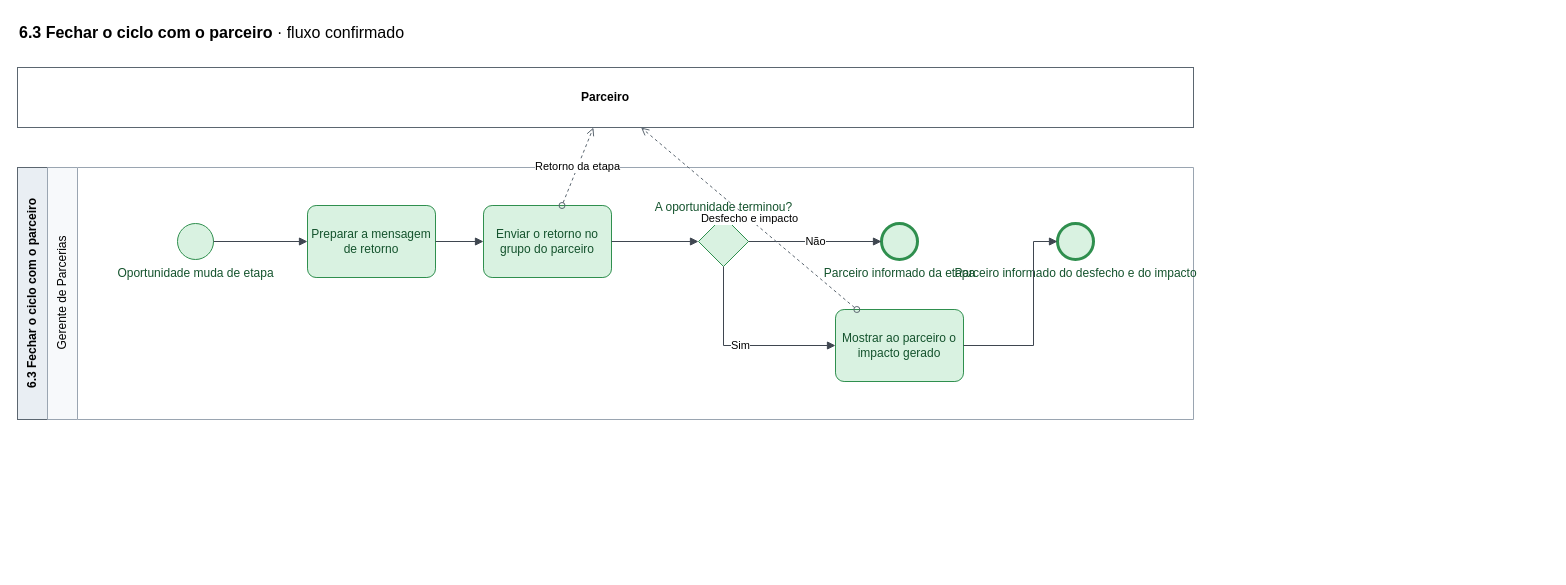
Above: page "6.3 Fechar o ciclo com o parceiro" (12 of 19) of mapeamentos/wise-partners-to-be/saidas/mapa.drawio in Guilherme-MFaccin/Wise-Partners (draw.io), before the change. Source tidied: cells renumbered, new cells numbered last; positions are measured from the earlier drawing's top-left corner, leaving out a move shared by most shapes. Both pictures are drawn from the tidied source at 100%, with x=0, y=0 at pixel (17, 17).
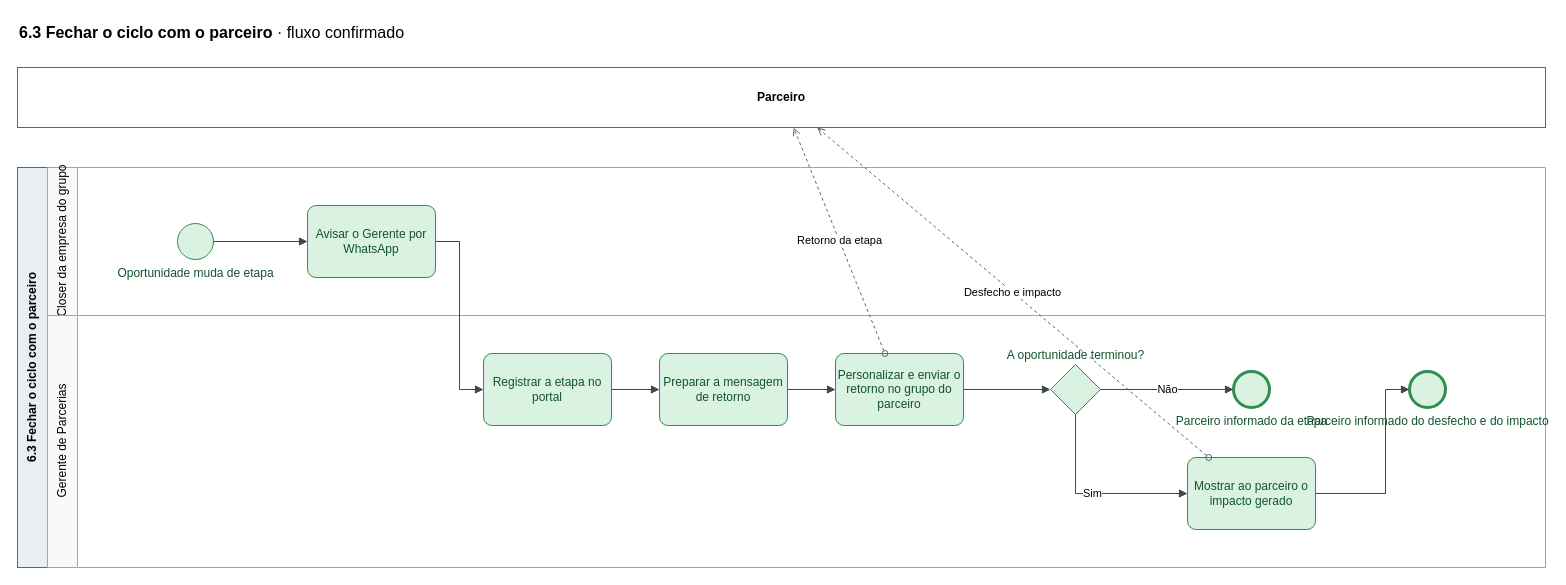
The same diagram, later.

The change refers to these unchanged cells:
```xml
<mxCell id="6" value="Oportunidade muda de etapa" style="ellipse;html=1;fillColor=#D9F2E1;strokeColor=#2F8F4E;fontColor=#14532D;verticalLabelPosition=bottom;verticalAlign=top;labelPosition=center;align=center;" parent="1" vertex="1">
  <mxGeometry x="160" y="206" width="36" height="36" as="geometry" />
</mxCell>
```

The edit, as a diff of the source:
```diff
@@
     <mxCell id="3" value="Parceiro" style="rounded=0;whiteSpace=wrap;html=1;fillColor=#FFFFFF;strokeColor=#5B6670;fontStyle=1;" parent="1" vertex="1">
-      <mxGeometry y="50" width="1176" height="60" as="geometry" />
+      <mxGeometry y="50" width="1528" height="60" as="geometry" />
     </mxCell>
     <mxCell id="4" value="6.3 Fechar o ciclo com o parceiro" style="rounded=0;whiteSpace=wrap;html=1;horizontal=0;fillColor=#E9EEF3;strokeColor=#5B6670;fontStyle=1;" parent="1" vertex="1">
-      <mxGeometry y="150" width="30" height="252" as="geometry" />
+      <mxGeometry y="150" width="30" height="400" as="geometry" />
     </mxCell>
-    <mxCell id="5" value="Gerente de Parcerias" style="swimlane;horizontal=0;startSize=30;html=1;fillColor=#F7F9FB;swimlaneFillColor=#FFFFFF;strokeColor=#9AA5B1;fontStyle=0;" parent="1" vertex="1">
-      <mxGeometry x="30" y="150" width="1146" height="252" as="geometry" />
+    <mxCell id="5" value="Closer da empresa do grupo" style="swimlane;horizontal=0;startSize=30;html=1;fillColor=#F7F9FB;swimlaneFillColor=#FFFFFF;strokeColor=#9AA5B1;fontStyle=0;" parent="1" vertex="1">
+      <mxGeometry x="30" y="150" width="1498" height="148" as="geometry" />
     </mxCell>
+    <mxCell id="13" value="Gerente de Parcerias" style="swimlane;horizontal=0;startSize=30;html=1;fillColor=#F7F9FB;swimlaneFillColor=#FFFFFF;strokeColor=#9AA5B1;fontStyle=0;" parent="1" vertex="1">
+      <mxGeometry x="30" y="298" width="1498" height="252" as="geometry" />
+    </mxCell>
@@
+    <mxCell id="21" value="Avisar o Gerente por WhatsApp" style="rounded=1;whiteSpace=wrap;html=1;arcSize=12;fillColor=#D9F2E1;strokeColor=#2F8F4E;fontColor=#14532D;" parent="1" vertex="1">
+      <mxGeometry x="290" y="188" width="128" height="72" as="geometry" />
+    </mxCell>
-    <mxCell id="7" value="Preparar a mensagem de retorno" style="rounded=1;whiteSpace=wrap;html=1;arcSize=12;fillColor=#D9F2E1;strokeColor=#2F8F4E;fontColor=#14532D;" parent="1" vertex="1">
-      <mxGeometry x="290" y="188" width="128" height="72" as="geometry" />
+    <mxCell id="7" value="Registrar a etapa no portal" style="rounded=1;whiteSpace=wrap;html=1;arcSize=12;fillColor=#D9F2E1;strokeColor=#2F8F4E;fontColor=#14532D;" parent="1" vertex="1">
+      <mxGeometry x="466" y="336" width="128" height="72" as="geometry" />
     </mxCell>
-    <mxCell id="8" value="Enviar o retorno no grupo do parceiro" style="rounded=1;whiteSpace=wrap;html=1;arcSize=12;fillColor=#D9F2E1;strokeColor=#2F8F4E;fontColor=#14532D;" parent="1" vertex="1">
-      <mxGeometry x="466" y="188" width="128" height="72" as="geometry" />
+    <mxCell id="8" value="Preparar a mensagem de retorno" style="rounded=1;whiteSpace=wrap;html=1;arcSize=12;fillColor=#D9F2E1;strokeColor=#2F8F4E;fontColor=#14532D;" parent="1" vertex="1">
+      <mxGeometry x="642" y="336" width="128" height="72" as="geometry" />
     </mxCell>
+    <mxCell id="10" value="Personalizar e enviar o retorno no grupo do parceiro" style="rounded=1;whiteSpace=wrap;html=1;arcSize=12;fillColor=#D9F2E1;strokeColor=#2F8F4E;fontColor=#14532D;" parent="1" vertex="1">
+      <mxGeometry x="818" y="336" width="128" height="72" as="geometry" />
+    </mxCell>
     <mxCell id="9" value="A oportunidade terminou?" style="rhombus;html=1;fillColor=#D9F2E1;strokeColor=#2F8F4E;fontColor=#14532D;verticalLabelPosition=top;verticalAlign=bottom;labelPosition=center;align=center;" parent="1" vertex="1">
-      <mxGeometry x="681" y="199" width="50" height="50" as="geometry" />
+      <mxGeometry x="1033" y="347" width="50" height="50" as="geometry" />
     </mxCell>
-    <mxCell id="10" value="Mostrar ao parceiro o impacto gerado" style="rounded=1;whiteSpace=wrap;html=1;arcSize=12;fillColor=#D9F2E1;strokeColor=#2F8F4E;fontColor=#14532D;" parent="1" vertex="1">
-      <mxGeometry x="818" y="292" width="128" height="72" as="geometry" />
-    </mxCell>
+    <mxCell id="22" value="Mostrar ao parceiro o impacto gerado" style="rounded=1;whiteSpace=wrap;html=1;arcSize=12;fillColor=#D9F2E1;strokeColor=#2F8F4E;fontColor=#14532D;" parent="1" vertex="1">
+      <mxGeometry x="1170" y="440" width="128" height="72" as="geometry" />
+    </mxCell>
     <mxCell id="11" value="Parceiro informado da etapa" style="ellipse;html=1;strokeWidth=3;fillColor=#D9F2E1;strokeColor=#2F8F4E;fontColor=#14532D;verticalLabelPosition=bottom;verticalAlign=top;labelPosition=center;align=center;" parent="1" vertex="1">
-      <mxGeometry x="864" y="206" width="36" height="36" as="geometry" />
+      <mxGeometry x="1216" y="354" width="36" height="36" as="geometry" />
     </mxCell>
     <mxCell id="12" value="Parceiro informado do desfecho e do impacto" style="ellipse;html=1;strokeWidth=3;fillColor=#D9F2E1;strokeColor=#2F8F4E;fontColor=#14532D;verticalLabelPosition=bottom;verticalAlign=top;labelPosition=center;align=center;" parent="1" vertex="1">
-      <mxGeometry x="1040" y="206" width="36" height="36" as="geometry" />
+      <mxGeometry x="1392" y="354" width="36" height="36" as="geometry" />
     </mxCell>
-    <mxCell id="13" style="edgeStyle=orthogonalEdgeStyle;rounded=0;html=1;endArrow=block;endFill=1;strokeColor=#3F4650;" parent="1" edge="1" source="6" target="7">
-      <mxGeometry relative="1" as="geometry" />
-    </mxCell>
-    <mxCell id="14" style="edgeStyle=orthogonalEdgeStyle;rounded=0;html=1;endArrow=block;endFill=1;strokeColor=#3F4650;" parent="1" edge="1" source="7" target="8">
+    <mxCell id="14" style="edgeStyle=orthogonalEdgeStyle;rounded=0;html=1;endArrow=block;endFill=1;strokeColor=#3F4650;" parent="1" edge="1" source="6" target="21">
       <mxGeometry relative="1" as="geometry" />
     </mxCell>
-    <mxCell id="15" style="edgeStyle=orthogonalEdgeStyle;rounded=0;html=1;endArrow=block;endFill=1;strokeColor=#3F4650;" parent="1" edge="1" source="8" target="9">
-      <mxGeometry relative="1" as="geometry" />
+    <mxCell id="15" style="edgeStyle=orthogonalEdgeStyle;rounded=0;html=1;endArrow=block;endFill=1;strokeColor=#3F4650;" parent="1" edge="1" source="21" target="7">
+      <mxGeometry relative="1" as="geometry">
+        <Array as="points">
+          <mxPoint x="442" y="224" />
+          <mxPoint x="442" y="372" />
+        </Array>
+      </mxGeometry>
     </mxCell>
-    <mxCell id="16" value="Não" style="edgeStyle=orthogonalEdgeStyle;rounded=0;html=1;endArrow=block;endFill=1;strokeColor=#3F4650;" parent="1" edge="1" source="9" target="11">
+    <mxCell id="16" style="edgeStyle=orthogonalEdgeStyle;rounded=0;html=1;endArrow=block;endFill=1;strokeColor=#3F4650;" parent="1" edge="1" source="7" target="8">
       <mxGeometry relative="1" as="geometry" />
     </mxCell>
-    <mxCell id="17" value="Sim" style="edgeStyle=orthogonalEdgeStyle;rounded=0;html=1;endArrow=block;endFill=1;strokeColor=#3F4650;" parent="1" edge="1" source="9" target="10">
-      <mxGeometry relative="1" as="geometry">
-        <Array as="points">
-          <mxPoint x="706" y="328" />
-        </Array>
-      </mxGeometry>
+    <mxCell id="17" style="edgeStyle=orthogonalEdgeStyle;rounded=0;html=1;endArrow=block;endFill=1;strokeColor=#3F4650;" parent="1" edge="1" source="8" target="10">
+      <mxGeometry relative="1" as="geometry" />
     </mxCell>
-    <mxCell id="18" style="edgeStyle=orthogonalEdgeStyle;rounded=0;html=1;endArrow=block;endFill=1;strokeColor=#3F4650;" parent="1" edge="1" source="10" target="12">
-      <mxGeometry relative="1" as="geometry">
-        <Array as="points">
-          <mxPoint x="1016" y="328" />
-          <mxPoint x="1016" y="224" />
-        </Array>
-      </mxGeometry>
+    <mxCell id="18" style="edgeStyle=orthogonalEdgeStyle;rounded=0;html=1;endArrow=block;endFill=1;strokeColor=#3F4650;" parent="1" edge="1" source="10" target="9">
+      <mxGeometry relative="1" as="geometry" />
     </mxCell>
-    <mxCell id="19" value="Retorno da etapa" style="html=1;dashed=1;endArrow=open;startArrow=oval;startFill=0;strokeColor=#5B6670;" parent="1" edge="1" source="8" target="3">
+    <mxCell id="19" value="Não" style="edgeStyle=orthogonalEdgeStyle;rounded=0;html=1;endArrow=block;endFill=1;strokeColor=#3F4650;" parent="1" edge="1" source="9" target="11">
       <mxGeometry relative="1" as="geometry" />
     </mxCell>
-    <mxCell id="20" value="Desfecho e impacto" style="html=1;dashed=1;endArrow=open;startArrow=oval;startFill=0;strokeColor=#5B6670;" parent="1" edge="1" source="10" target="3">
-      <mxGeometry relative="1" as="geometry" />
+    <mxCell id="20" value="Sim" style="edgeStyle=orthogonalEdgeStyle;rounded=0;html=1;endArrow=block;endFill=1;strokeColor=#3F4650;" parent="1" edge="1" source="9" target="22">
+      <mxGeometry relative="1" as="geometry">
+        <Array as="points">
+          <mxPoint x="1058" y="476" />
+        </Array>
+      </mxGeometry>
     </mxCell>
+    <mxCell id="23" style="edgeStyle=orthogonalEdgeStyle;rounded=0;html=1;endArrow=block;endFill=1;strokeColor=#3F4650;" parent="1" edge="1" source="22" target="12">
+      <mxGeometry relative="1" as="geometry">
+        <Array as="points">
+          <mxPoint x="1368" y="476" />
+          <mxPoint x="1368" y="372" />
+        </Array>
+      </mxGeometry>
+    </mxCell>
+    <mxCell id="24" value="Retorno da etapa" style="html=1;dashed=1;endArrow=open;startArrow=oval;startFill=0;strokeColor=#5B6670;" parent="1" edge="1" source="10" target="3">
+      <mxGeometry relative="1" as="geometry" />
+    </mxCell>
+    <mxCell id="25" value="Desfecho e impacto" style="html=1;dashed=1;endArrow=open;startArrow=oval;startFill=0;strokeColor=#5B6670;" parent="1" edge="1" source="22" target="3">
+      <mxGeometry relative="1" as="geometry" />
+    </mxCell>
```
